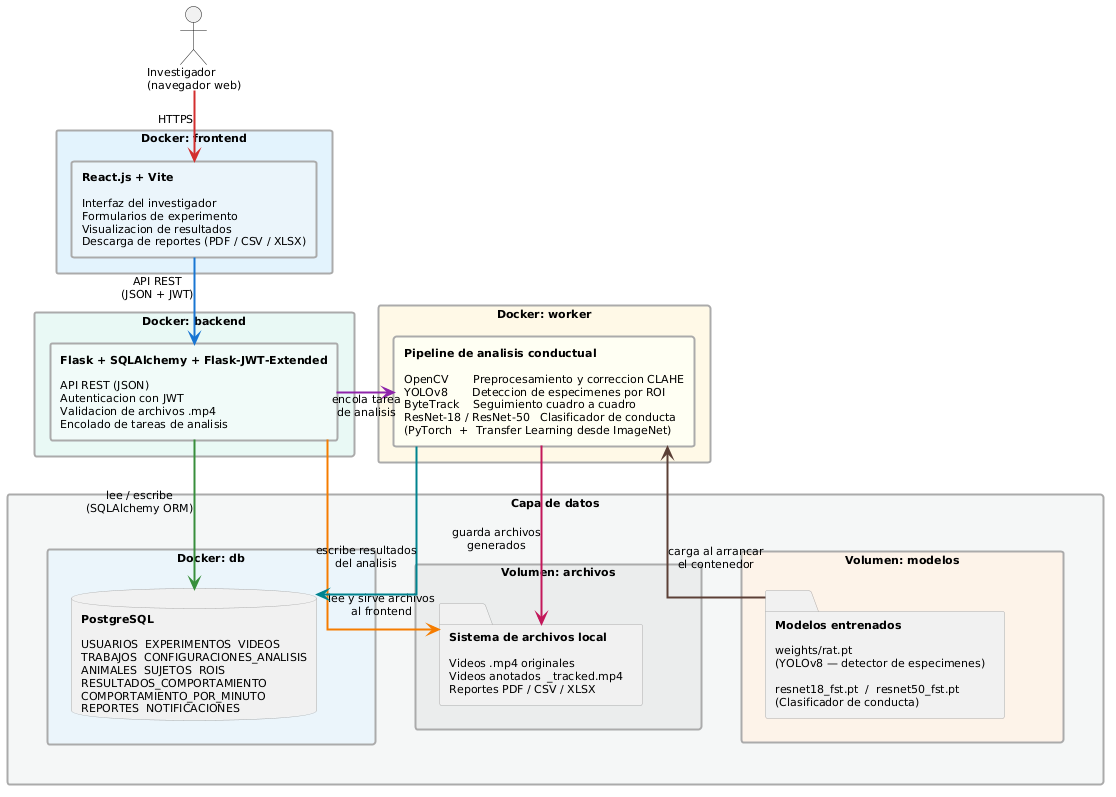
The PlantUML diagram figures/mermaid/arquitectura_software.png in ErickJester/fst-ai-system-latex, before a commit. Its diagram source:
```plantuml
@startuml
skinparam defaultFontName Arial
skinparam defaultFontSize 11
skinparam defaultFontColor #000000
skinparam shadowing false
skinparam BackgroundColor White

skinparam RectangleBorderThickness 2
skinparam RectangleBorderColor     #AAAAAA
skinparam DatabaseBorderColor      #AAAAAA
skinparam FolderBorderColor        #AAAAAA

skinparam linetype ortho
skinparam nodesep 50
skinparam ranksep 70

top to bottom direction


actor "Investigador\n(navegador web)" as INV

rectangle "Docker: frontend" as C_FE #E3F2FD {
  rectangle FE #EBF5FB [
    **React.js + Vite**

    Interfaz del investigador
    Formularios de experimento
    Visualizacion de resultados
    Descarga de reportes (PDF / CSV / XLSX)
  ]
}


together {
  rectangle "Docker: backend" as C_BE #E8F8F5 {
    rectangle BE #F0FBF8 [
      **Flask + SQLAlchemy + Flask-JWT-Extended**

      API REST (JSON)
      Autenticacion con JWT
      Validacion de archivos .mp4
      Encolado de tareas de analisis
    ]
  }

  rectangle "Docker: worker" as C_WK #FEF9E7 {
    rectangle WK #FFFEF2 [
      **Pipeline de analisis conductual**

      OpenCV       Preprocesamiento y correccion CLAHE
      YOLOv8       Deteccion de especimenes por ROI
      ByteTrack    Seguimiento cuadro a cuadro
      ResNet-18 / ResNet-50   Clasificador de conducta
      (PyTorch  +  Transfer Learning desde ImageNet)
    ]
  }
}


rectangle "Capa de datos" as DATOS #F4F6F7 {

  together {
    rectangle "Docker: db" as C_DB #EBF5FB {
      database DB [
        **PostgreSQL**

        USUARIOS  EXPERIMENTOS  VIDEOS
        TRABAJOS  CONFIGURACIONES_ANALISIS
        ANIMALES  SUJETOS  ROIS
        RESULTADOS_COMPORTAMIENTO
        COMPORTAMIENTO_POR_MINUTO
        REPORTES  NOTIFICACIONES
      ]
    }

    rectangle "Volumen: archivos" as C_FS #EAEDED {
      folder FS [
        **Sistema de archivos local**

        Videos .mp4 originales
        Videos anotados  _tracked.mp4
        Reportes PDF / CSV / XLSX
      ]
    }

    rectangle "Volumen: modelos" as C_ML #FDF2E9 {
      folder MODELS [
        **Modelos entrenados**

        weights/rat.pt
        (YOLOv8 — detector de especimenes)

        resnet18_fst.pt  /  resnet50_fst.pt
        (Clasificador de conducta)
      ]
    }
  }

  C_DB -[hidden]right- C_FS
  C_FS -[hidden]right- C_ML
}


INV    -[#D32F2F,thickness=2]down->  FE     : "HTTPS"
FE     -[#1976D2,thickness=2]down->  BE     : "API REST\n(JSON + JWT)"
BE     -[#8E24AA,thickness=2]right-> WK     : "encola tarea\nde analisis"
BE     -[#388E3C,thickness=2]down->  DB     : "lee / escribe\n(SQLAlchemy ORM)"
BE     -[#F57C00,thickness=2]down->  FS     : "lee y sirve archivos\nal frontend"
WK     -[#00838F,thickness=2]down->  DB     : "escribe resultados\ndel analisis"
WK     -[#C2185B,thickness=2]down->  FS     : "guarda archivos\ngenerados"
MODELS -[#5D4037,thickness=2]up->    WK     : "carga al arrancar\nel contenedor"
@enduml
```
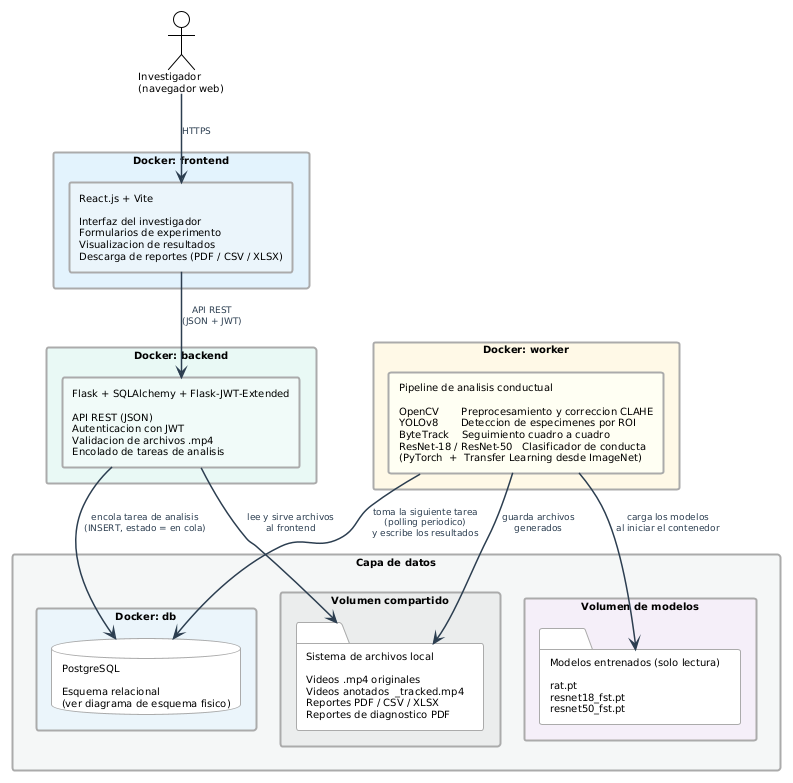
The same diagram one commit later.

What changed in the source:
```diff
@@ -1,112 +1,63 @@
 @startuml
+
+!theme plain
 skinparam defaultFontName Arial
-skinparam defaultFontSize 11
-skinparam defaultFontColor #000000
+skinparam defaultFontSize 10
 skinparam shadowing false
 skinparam BackgroundColor White
-
+skinparam ArrowColor      #2C3E50
+skinparam ArrowThickness  1.5
+skinparam ArrowFontSize   9
+skinparam ArrowFontColor  #2C3E50
 skinparam RectangleBorderThickness 2
 skinparam RectangleBorderColor     #AAAAAA
+skinparam QueueBorderColor         #AAAAAA
 skinparam DatabaseBorderColor      #AAAAAA
 skinparam FolderBorderColor        #AAAAAA
-
-skinparam linetype ortho
-skinparam nodesep 50
-skinparam ranksep 70
 
 top to bottom direction
 
 
 actor "Investigador\n(navegador web)" as INV
 
+
 rectangle "Docker: frontend" as C_FE #E3F2FD {
-  rectangle FE #EBF5FB [
-    **React.js + Vite**
-
-    Interfaz del investigador
-    Formularios de experimento
-    Visualizacion de resultados
-    Descarga de reportes (PDF / CSV / XLSX)
-  ]
+  rectangle "React.js + Vite\n\nInterfaz del investigador\nFormularios de experimento\nVisualizacion de resultados\nDescarga de reportes (PDF / CSV / XLSX)" as FE #EBF5FB
 }
 
 
-together {
-  rectangle "Docker: backend" as C_BE #E8F8F5 {
-    rectangle BE #F0FBF8 [
-      **Flask + SQLAlchemy + Flask-JWT-Extended**
+rectangle "Docker: backend" as C_BE #E8F8F5 {
+  rectangle "Flask + SQLAlchemy + Flask-JWT-Extended\n\nAPI REST (JSON)\nAutenticacion con JWT\nValidacion de archivos .mp4\nEncolado de tareas de analisis" as BE #F0FBF8
+}
 
-      API REST (JSON)
-      Autenticacion con JWT
-      Validacion de archivos .mp4
-      Encolado de tareas de analisis
-    ]
-  }
 
-  rectangle "Docker: worker" as C_WK #FEF9E7 {
-    rectangle WK #FFFEF2 [
-      **Pipeline de analisis conductual**
-
-      OpenCV       Preprocesamiento y correccion CLAHE
-      YOLOv8       Deteccion de especimenes por ROI
-      ByteTrack    Seguimiento cuadro a cuadro
-      ResNet-18 / ResNet-50   Clasificador de conducta
-      (PyTorch  +  Transfer Learning desde ImageNet)
-    ]
-  }
+rectangle "Docker: worker" as C_WK #FEF9E7 {
+  rectangle "Pipeline de analisis conductual\n\nOpenCV       Preprocesamiento y correccion CLAHE\nYOLOv8       Deteccion de especimenes por ROI\nByteTrack    Seguimiento cuadro a cuadro\nResNet-18 / ResNet-50   Clasificador de conducta\n(PyTorch  +  Transfer Learning desde ImageNet)" as WK #FFFEF2
 }
 
 
 rectangle "Capa de datos" as DATOS #F4F6F7 {
 
-  together {
-    rectangle "Docker: db" as C_DB #EBF5FB {
-      database DB [
-        **PostgreSQL**
-
-        USUARIOS  EXPERIMENTOS  VIDEOS
-        TRABAJOS  CONFIGURACIONES_ANALISIS
-        ANIMALES  SUJETOS  ROIS
-        RESULTADOS_COMPORTAMIENTO
-        COMPORTAMIENTO_POR_MINUTO
-        REPORTES  NOTIFICACIONES
-      ]
-    }
-
-    rectangle "Volumen: archivos" as C_FS #EAEDED {
-      folder FS [
-        **Sistema de archivos local**
-
-        Videos .mp4 originales
-        Videos anotados  _tracked.mp4
-        Reportes PDF / CSV / XLSX
-      ]
-    }
-
-    rectangle "Volumen: modelos" as C_ML #FDF2E9 {
-      folder MODELS [
-        **Modelos entrenados**
-
-        weights/rat.pt
-        (YOLOv8 — detector de especimenes)
-
-        resnet18_fst.pt  /  resnet50_fst.pt
-        (Clasificador de conducta)
-      ]
-    }
+  rectangle "Docker: db" as C_DB #EBF5FB {
+    database "PostgreSQL\n\nEsquema relacional\n(ver diagrama de esquema fisico)" as DB
   }
 
-  C_DB -[hidden]right- C_FS
-  C_FS -[hidden]right- C_ML
+  rectangle "Volumen compartido" as C_FS #EAEDED {
+    folder "Sistema de archivos local\n\nVideos .mp4 originales\nVideos anotados  _tracked.mp4\nReportes PDF / CSV / XLSX\nReportes de diagnostico PDF" as FS
+  }
+
+  rectangle "Volumen de modelos" as C_MD #F5EEF8 {
+    folder "Modelos entrenados (solo lectura)\n\nrat.pt\nresnet18_fst.pt\nresnet50_fst.pt" as MD
+  }
+
 }
 
 
-INV    -[#D32F2F,thickness=2]down->  FE     : "HTTPS"
-FE     -[#1976D2,thickness=2]down->  BE     : "API REST\n(JSON + JWT)"
-BE     -[#8E24AA,thickness=2]right-> WK     : "encola tarea\nde analisis"
-BE     -[#388E3C,thickness=2]down->  DB     : "lee / escribe\n(SQLAlchemy ORM)"
-BE     -[#F57C00,thickness=2]down->  FS     : "lee y sirve archivos\nal frontend"
-WK     -[#00838F,thickness=2]down->  DB     : "escribe resultados\ndel analisis"
-WK     -[#C2185B,thickness=2]down->  FS     : "guarda archivos\ngenerados"
-MODELS -[#5D4037,thickness=2]up->    WK     : "carga al arrancar\nel contenedor"
+INV  -down->  FE  : "HTTPS"
+FE   -down->  BE  : "API REST\n(JSON + JWT)"
+BE   -down->  DB  : "encola tarea de analisis\n(INSERT, estado = en cola)"
+WK   -->      DB  : "toma la siguiente tarea\n(polling periodico)\ny escribe los resultados"
+WK   -->      FS  : "guarda archivos\ngenerados"
+BE   -->      FS  : "lee y sirve archivos\nal frontend"
+WK   -->      MD  : "carga los modelos\nal iniciar el contenedor"
 @enduml
```
